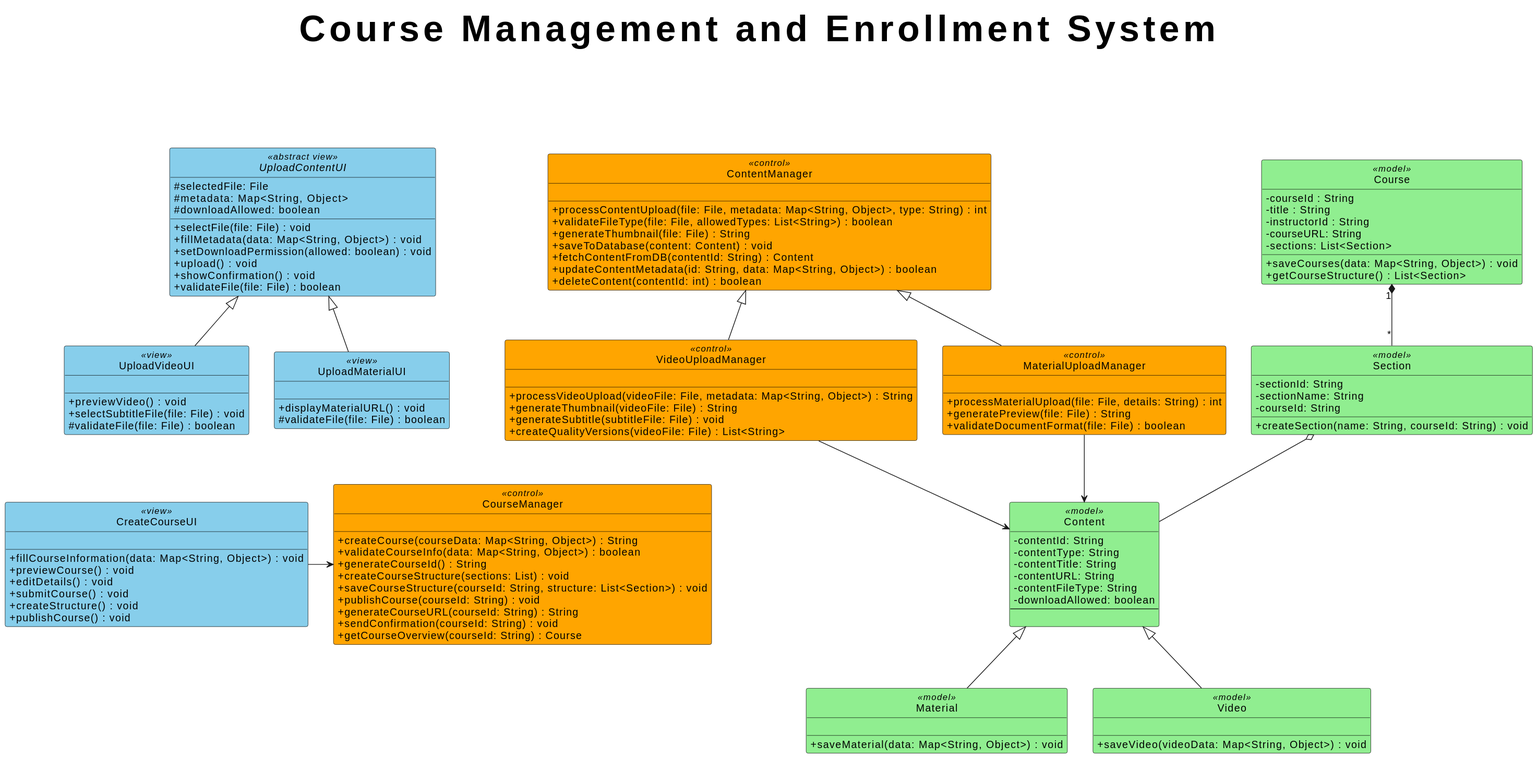
The PlantUML diagram out/puml_files/CourseManagementSystem/5.svg in mdyousufniaz/CSE-326, before a commit.
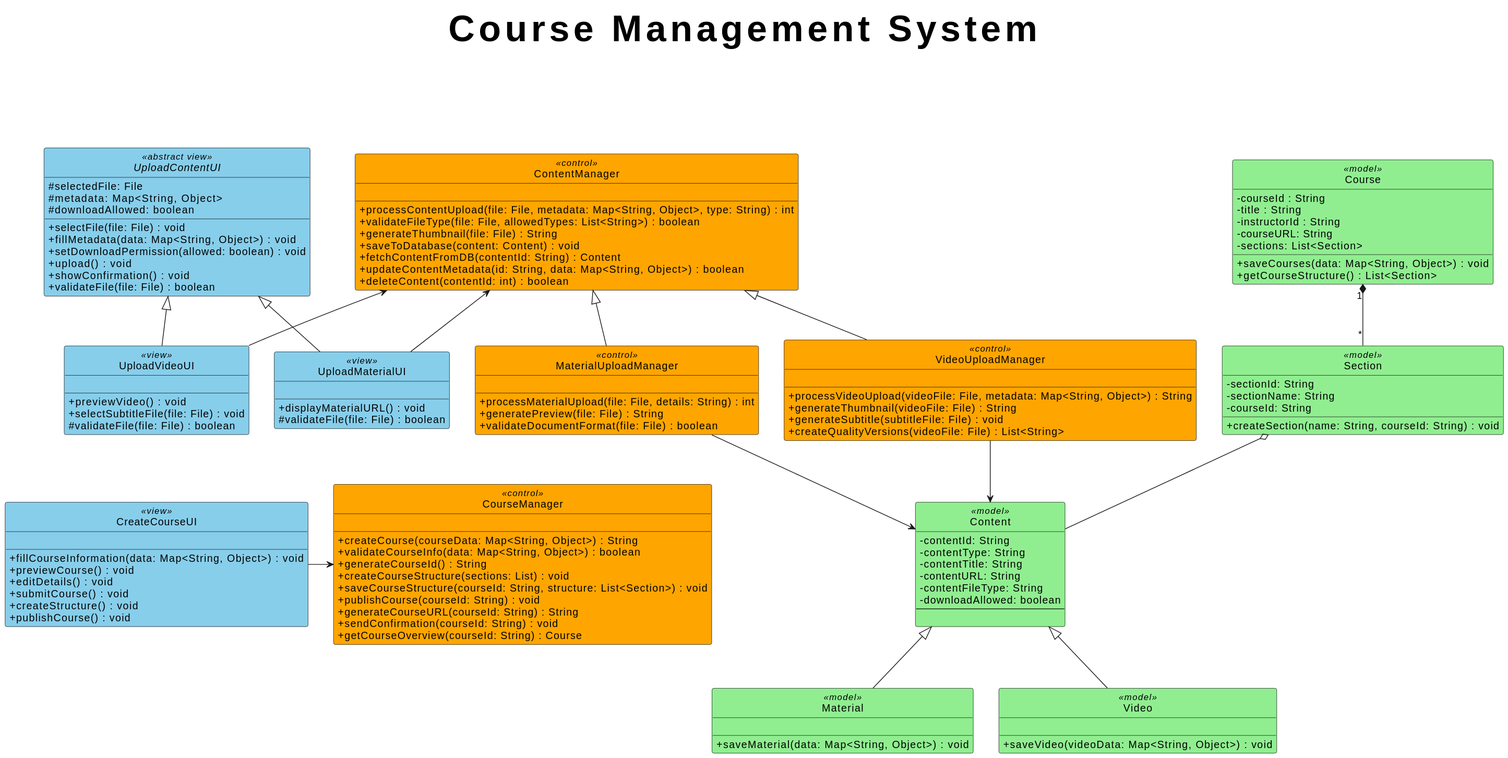
After the change.

What changed in the source:
```diff
@@ -1,5 +1,5 @@
 @startuml
-title Course Management and Enrollment System \n\n
+title Course Management System \n\n
 
 
 !define EMPTY_LINE <&transparent>
@@ -159,4 +159,7 @@
 
 Content <|-- Material
 Content <|-- Video
+
+ContentManager <-- UploadVideoUI
+ContentManager <-- UploadMaterialUI
 @enduml
```
